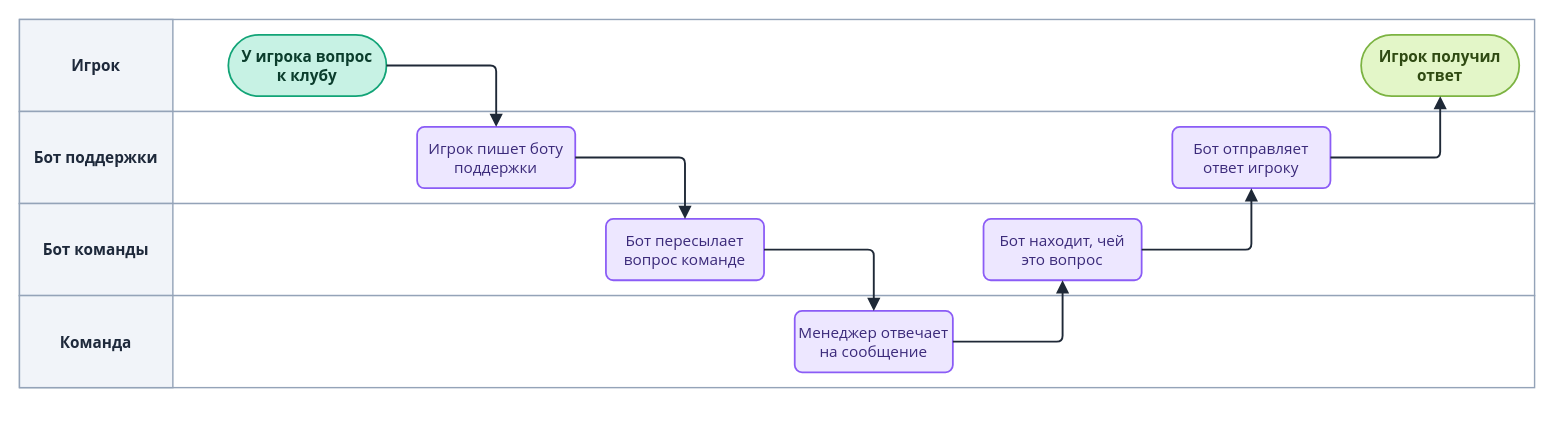
The draw.io diagram diagrams/drawio/support.drawio in LILSUFFER/zerake-docs, before the edit. Source tidied: cells renumbered, new cells numbered last; positions are measured from the earlier drawing's top-left corner, leaving out a move shared by most shapes. Both pictures are drawn from the tidied source at 118%, with x=0, y=0 at pixel (19, 19).
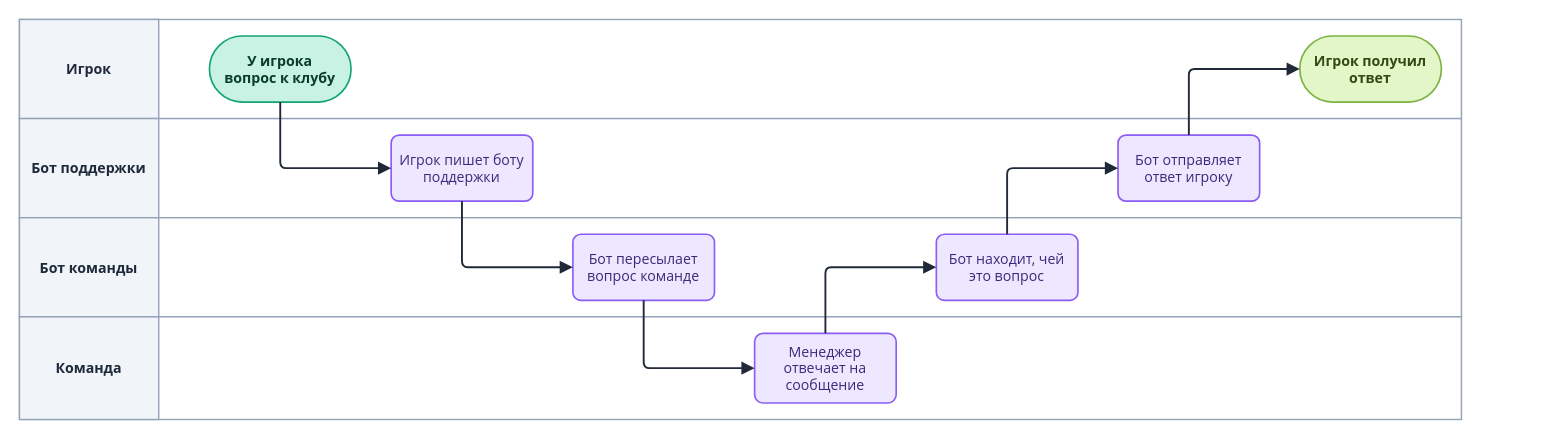
The same diagram, later.

Change to the diagram source:
```diff
@@
     <mxCell id="2" style="rounded=0;html=0;fillColor=#FFFFFF;strokeColor=#94A3B8;strokeWidth=1.2;" parent="1" vertex="1">
-      <mxGeometry width="1284" height="78" as="geometry" />
+      <mxGeometry width="1222" height="84" as="geometry" />
     </mxCell>
-    <mxCell id="3" value="Игрок" style="rounded=0;html=0;fillColor=#F1F4F9;strokeColor=#94A3B8;strokeWidth=1.2;fontColor=#1E293B;fontStyle=1;fontSize=13;fontFamily=Segoe UI;align=center;verticalAlign=middle;" parent="1" vertex="1">
-      <mxGeometry width="130" height="78" as="geometry" />
+    <mxCell id="3" value="Игрок" style="rounded=0;html=0;fillColor=#F1F4F9;strokeColor=#94A3B8;strokeWidth=1.2;fontColor=#1E293B;fontStyle=1;fontSize=12;fontFamily=Segoe UI;align=center;verticalAlign=middle;" parent="1" vertex="1">
+      <mxGeometry width="118" height="84" as="geometry" />
     </mxCell>
     <mxCell id="4" style="rounded=0;html=0;fillColor=#FFFFFF;strokeColor=#94A3B8;strokeWidth=1.2;" parent="1" vertex="1">
-      <mxGeometry y="78" width="1284" height="78" as="geometry" />
+      <mxGeometry y="84" width="1222" height="84" as="geometry" />
     </mxCell>
-    <mxCell id="5" value="Бот поддержки" style="rounded=0;html=0;fillColor=#F1F4F9;strokeColor=#94A3B8;strokeWidth=1.2;fontColor=#1E293B;fontStyle=1;fontSize=13;fontFamily=Segoe UI;align=center;verticalAlign=middle;" parent="1" vertex="1">
-      <mxGeometry y="78" width="130" height="78" as="geometry" />
+    <mxCell id="5" value="Бот поддержки" style="rounded=0;html=0;fillColor=#F1F4F9;strokeColor=#94A3B8;strokeWidth=1.2;fontColor=#1E293B;fontStyle=1;fontSize=12;fontFamily=Segoe UI;align=center;verticalAlign=middle;" parent="1" vertex="1">
+      <mxGeometry y="84" width="118" height="84" as="geometry" />
     </mxCell>
     <mxCell id="6" style="rounded=0;html=0;fillColor=#FFFFFF;strokeColor=#94A3B8;strokeWidth=1.2;" parent="1" vertex="1">
-      <mxGeometry y="156" width="1284" height="78" as="geometry" />
+      <mxGeometry y="168" width="1222" height="84" as="geometry" />
     </mxCell>
-    <mxCell id="7" value="Бот команды" style="rounded=0;html=0;fillColor=#F1F4F9;strokeColor=#94A3B8;strokeWidth=1.2;fontColor=#1E293B;fontStyle=1;fontSize=13;fontFamily=Segoe UI;align=center;verticalAlign=middle;" parent="1" vertex="1">
-      <mxGeometry y="156" width="130" height="78" as="geometry" />
+    <mxCell id="7" value="Бот команды" style="rounded=0;html=0;fillColor=#F1F4F9;strokeColor=#94A3B8;strokeWidth=1.2;fontColor=#1E293B;fontStyle=1;fontSize=12;fontFamily=Segoe UI;align=center;verticalAlign=middle;" parent="1" vertex="1">
+      <mxGeometry y="168" width="118" height="84" as="geometry" />
     </mxCell>
     <mxCell id="8" style="rounded=0;html=0;fillColor=#FFFFFF;strokeColor=#94A3B8;strokeWidth=1.2;" parent="1" vertex="1">
-      <mxGeometry y="234" width="1284" height="78" as="geometry" />
+      <mxGeometry y="252" width="1222" height="87" as="geometry" />
     </mxCell>
-    <mxCell id="9" value="Команда" style="rounded=0;html=0;fillColor=#F1F4F9;strokeColor=#94A3B8;strokeWidth=1.2;fontColor=#1E293B;fontStyle=1;fontSize=13;fontFamily=Segoe UI;align=center;verticalAlign=middle;" parent="1" vertex="1">
-      <mxGeometry y="234" width="130" height="78" as="geometry" />
+    <mxCell id="9" value="Команда" style="rounded=0;html=0;fillColor=#F1F4F9;strokeColor=#94A3B8;strokeWidth=1.2;fontColor=#1E293B;fontStyle=1;fontSize=12;fontFamily=Segoe UI;align=center;verticalAlign=middle;" parent="1" vertex="1">
+      <mxGeometry y="252" width="118" height="87" as="geometry" />
     </mxCell>
-    <mxCell id="10" value="У игрока вопрос&#10;к клубу" style="rounded=1;arcSize=50;html=0;fontStyle=1;fillColor=#C7F2E4;strokeColor=#12A477;fontColor=#0B3D2C;fontFamily=Segoe UI;fontSize=13;strokeWidth=1.5;" parent="1" vertex="1">
-      <mxGeometry x="177" y="13" width="134" height="52" as="geometry" />
+    <mxCell id="10" value="У игрока&#10;вопрос к клубу" style="rounded=1;arcSize=50;html=0;fontStyle=1;fillColor=#C7F2E4;strokeColor=#12A477;fontColor=#0B3D2C;fontFamily=Segoe UI;fontSize=12;strokeWidth=1.4;" parent="1" vertex="1">
+      <mxGeometry x="161" y="14" width="120" height="56" as="geometry" />
     </mxCell>
-    <mxCell id="11" value="Игрок пишет боту&#10;поддержки" style="rounded=1;arcSize=12;html=0;fillColor=#EDE7FF;strokeColor=#8B5CF6;fontColor=#3B2A7A;fontFamily=Segoe UI;fontSize=13;strokeWidth=1.5;" parent="1" vertex="1">
-      <mxGeometry x="337" y="91" width="134" height="52" as="geometry" />
+    <mxCell id="11" value="Игрок пишет боту&#10;поддержки" style="rounded=1;arcSize=12;html=0;fillColor=#EDE7FF;strokeColor=#8B5CF6;fontColor=#3B2A7A;fontFamily=Segoe UI;fontSize=12;strokeWidth=1.4;" parent="1" vertex="1">
+      <mxGeometry x="315" y="98" width="120" height="56" as="geometry" />
     </mxCell>
-    <mxCell id="12" value="Бот пересылает&#10;вопрос команде" style="rounded=1;arcSize=12;html=0;fillColor=#EDE7FF;strokeColor=#8B5CF6;fontColor=#3B2A7A;fontFamily=Segoe UI;fontSize=13;strokeWidth=1.5;" parent="1" vertex="1">
-      <mxGeometry x="497" y="169" width="134" height="52" as="geometry" />
+    <mxCell id="12" value="Бот пересылает&#10;вопрос команде" style="rounded=1;arcSize=12;html=0;fillColor=#EDE7FF;strokeColor=#8B5CF6;fontColor=#3B2A7A;fontFamily=Segoe UI;fontSize=12;strokeWidth=1.4;" parent="1" vertex="1">
+      <mxGeometry x="469" y="182" width="120" height="56" as="geometry" />
     </mxCell>
-    <mxCell id="13" value="Менеджер отвечает&#10;на сообщение" style="rounded=1;arcSize=12;html=0;fillColor=#EDE7FF;strokeColor=#8B5CF6;fontColor=#3B2A7A;fontFamily=Segoe UI;fontSize=13;strokeWidth=1.5;" parent="1" vertex="1">
-      <mxGeometry x="657" y="247" width="134" height="52" as="geometry" />
+    <mxCell id="13" value="Менеджер&#10;отвечает на&#10;сообщение" style="rounded=1;arcSize=12;html=0;fillColor=#EDE7FF;strokeColor=#8B5CF6;fontColor=#3B2A7A;fontFamily=Segoe UI;fontSize=12;strokeWidth=1.4;" parent="1" vertex="1">
+      <mxGeometry x="623" y="266" width="120" height="59" as="geometry" />
     </mxCell>
-    <mxCell id="14" value="Бот находит, чей&#10;это вопрос" style="rounded=1;arcSize=12;html=0;fillColor=#EDE7FF;strokeColor=#8B5CF6;fontColor=#3B2A7A;fontFamily=Segoe UI;fontSize=13;strokeWidth=1.5;" parent="1" vertex="1">
-      <mxGeometry x="817" y="169" width="134" height="52" as="geometry" />
+    <mxCell id="14" value="Бот находит, чей&#10;это вопрос" style="rounded=1;arcSize=12;html=0;fillColor=#EDE7FF;strokeColor=#8B5CF6;fontColor=#3B2A7A;fontFamily=Segoe UI;fontSize=12;strokeWidth=1.4;" parent="1" vertex="1">
+      <mxGeometry x="777" y="182" width="120" height="56" as="geometry" />
     </mxCell>
-    <mxCell id="15" value="Бот отправляет&#10;ответ игроку" style="rounded=1;arcSize=12;html=0;fillColor=#EDE7FF;strokeColor=#8B5CF6;fontColor=#3B2A7A;fontFamily=Segoe UI;fontSize=13;strokeWidth=1.5;" parent="1" vertex="1">
-      <mxGeometry x="977" y="91" width="134" height="52" as="geometry" />
+    <mxCell id="15" value="Бот отправляет&#10;ответ игроку" style="rounded=1;arcSize=12;html=0;fillColor=#EDE7FF;strokeColor=#8B5CF6;fontColor=#3B2A7A;fontFamily=Segoe UI;fontSize=12;strokeWidth=1.4;" parent="1" vertex="1">
+      <mxGeometry x="931" y="98" width="120" height="56" as="geometry" />
     </mxCell>
-    <mxCell id="16" value="Игрок получил&#10;ответ" style="rounded=1;arcSize=50;html=0;fontStyle=1;fillColor=#E3F6C8;strokeColor=#7CB342;fontColor=#2F4A12;fontFamily=Segoe UI;fontSize=13;strokeWidth=1.5;" parent="1" vertex="1">
-      <mxGeometry x="1137" y="13" width="134" height="52" as="geometry" />
+    <mxCell id="16" value="Игрок получил&#10;ответ" style="rounded=1;arcSize=50;html=0;fontStyle=1;fillColor=#E3F6C8;strokeColor=#7CB342;fontColor=#2F4A12;fontFamily=Segoe UI;fontSize=12;strokeWidth=1.4;" parent="1" vertex="1">
+      <mxGeometry x="1085" y="14" width="120" height="56" as="geometry" />
     </mxCell>
-    <mxCell id="17" style="edgeStyle=orthogonalEdgeStyle;rounded=1;arcSize=10;jettySize=auto;html=0;strokeColor=#1F2937;strokeWidth=1.6;endArrow=block;endFill=1;endSize=7;fontFamily=Segoe UI;fontSize=12;fontStyle=1;fontColor=#334155;labelBackgroundColor=#FFFFFF;" parent="1" edge="1" source="10" target="11">
+    <mxCell id="17" style="edgeStyle=orthogonalEdgeStyle;rounded=1;arcSize=10;jettySize=auto;html=0;strokeColor=#1F2937;strokeWidth=1.6;endArrow=block;endFill=1;endSize=7;fontFamily=Segoe UI;fontSize=12;fontStyle=1;fontColor=#334155;labelBackgroundColor=#FFFFFF;exitX=0.5;exitY=1;entryX=0;entryY=0.5;" parent="1" edge="1" source="10" target="11">
       <mxGeometry relative="1" as="geometry" />
     </mxCell>
-    <mxCell id="18" style="edgeStyle=orthogonalEdgeStyle;rounded=1;arcSize=10;jettySize=auto;html=0;strokeColor=#1F2937;strokeWidth=1.6;endArrow=block;endFill=1;endSize=7;fontFamily=Segoe UI;fontSize=12;fontStyle=1;fontColor=#334155;labelBackgroundColor=#FFFFFF;" parent="1" edge="1" source="11" target="12">
+    <mxCell id="18" style="edgeStyle=orthogonalEdgeStyle;rounded=1;arcSize=10;jettySize=auto;html=0;strokeColor=#1F2937;strokeWidth=1.6;endArrow=block;endFill=1;endSize=7;fontFamily=Segoe UI;fontSize=12;fontStyle=1;fontColor=#334155;labelBackgroundColor=#FFFFFF;exitX=0.5;exitY=1;entryX=0;entryY=0.5;" parent="1" edge="1" source="11" target="12">
       <mxGeometry relative="1" as="geometry" />
     </mxCell>
-    <mxCell id="19" style="edgeStyle=orthogonalEdgeStyle;rounded=1;arcSize=10;jettySize=auto;html=0;strokeColor=#1F2937;strokeWidth=1.6;endArrow=block;endFill=1;endSize=7;fontFamily=Segoe UI;fontSize=12;fontStyle=1;fontColor=#334155;labelBackgroundColor=#FFFFFF;" parent="1" edge="1" source="12" target="13">
+    <mxCell id="19" style="edgeStyle=orthogonalEdgeStyle;rounded=1;arcSize=10;jettySize=auto;html=0;strokeColor=#1F2937;strokeWidth=1.6;endArrow=block;endFill=1;endSize=7;fontFamily=Segoe UI;fontSize=12;fontStyle=1;fontColor=#334155;labelBackgroundColor=#FFFFFF;exitX=0.5;exitY=1;entryX=0;entryY=0.5;" parent="1" edge="1" source="12" target="13">
       <mxGeometry relative="1" as="geometry" />
     </mxCell>
-    <mxCell id="20" style="edgeStyle=orthogonalEdgeStyle;rounded=1;arcSize=10;jettySize=auto;html=0;strokeColor=#1F2937;strokeWidth=1.6;endArrow=block;endFill=1;endSize=7;fontFamily=Segoe UI;fontSize=12;fontStyle=1;fontColor=#334155;labelBackgroundColor=#FFFFFF;exitX=1;exitY=0.5;entryX=0.5;entryY=1;" parent="1" edge="1" source="13" target="14">
+    <mxCell id="20" style="edgeStyle=orthogonalEdgeStyle;rounded=1;arcSize=10;jettySize=auto;html=0;strokeColor=#1F2937;strokeWidth=1.6;endArrow=block;endFill=1;endSize=7;fontFamily=Segoe UI;fontSize=12;fontStyle=1;fontColor=#334155;labelBackgroundColor=#FFFFFF;exitX=0.5;exitY=0;entryX=0;entryY=0.5;" parent="1" edge="1" source="13" target="14">
       <mxGeometry relative="1" as="geometry" />
     </mxCell>
-    <mxCell id="21" style="edgeStyle=orthogonalEdgeStyle;rounded=1;arcSize=10;jettySize=auto;html=0;strokeColor=#1F2937;strokeWidth=1.6;endArrow=block;endFill=1;endSize=7;fontFamily=Segoe UI;fontSize=12;fontStyle=1;fontColor=#334155;labelBackgroundColor=#FFFFFF;exitX=1;exitY=0.5;entryX=0.5;entryY=1;" parent="1" edge="1" source="14" target="15">
+    <mxCell id="21" style="edgeStyle=orthogonalEdgeStyle;rounded=1;arcSize=10;jettySize=auto;html=0;strokeColor=#1F2937;strokeWidth=1.6;endArrow=block;endFill=1;endSize=7;fontFamily=Segoe UI;fontSize=12;fontStyle=1;fontColor=#334155;labelBackgroundColor=#FFFFFF;exitX=0.5;exitY=0;entryX=0;entryY=0.5;" parent="1" edge="1" source="14" target="15">
       <mxGeometry relative="1" as="geometry" />
     </mxCell>
-    <mxCell id="22" style="edgeStyle=orthogonalEdgeStyle;rounded=1;arcSize=10;jettySize=auto;html=0;strokeColor=#1F2937;strokeWidth=1.6;endArrow=block;endFill=1;endSize=7;fontFamily=Segoe UI;fontSize=12;fontStyle=1;fontColor=#334155;labelBackgroundColor=#FFFFFF;exitX=1;exitY=0.5;entryX=0.5;entryY=1;" parent="1" edge="1" source="15" target="16">
+    <mxCell id="22" style="edgeStyle=orthogonalEdgeStyle;rounded=1;arcSize=10;jettySize=auto;html=0;strokeColor=#1F2937;strokeWidth=1.6;endArrow=block;endFill=1;endSize=7;fontFamily=Segoe UI;fontSize=12;fontStyle=1;fontColor=#334155;labelBackgroundColor=#FFFFFF;exitX=0.5;exitY=0;entryX=0;entryY=0.5;" parent="1" edge="1" source="15" target="16">
       <mxGeometry relative="1" as="geometry" />
     </mxCell>
```
